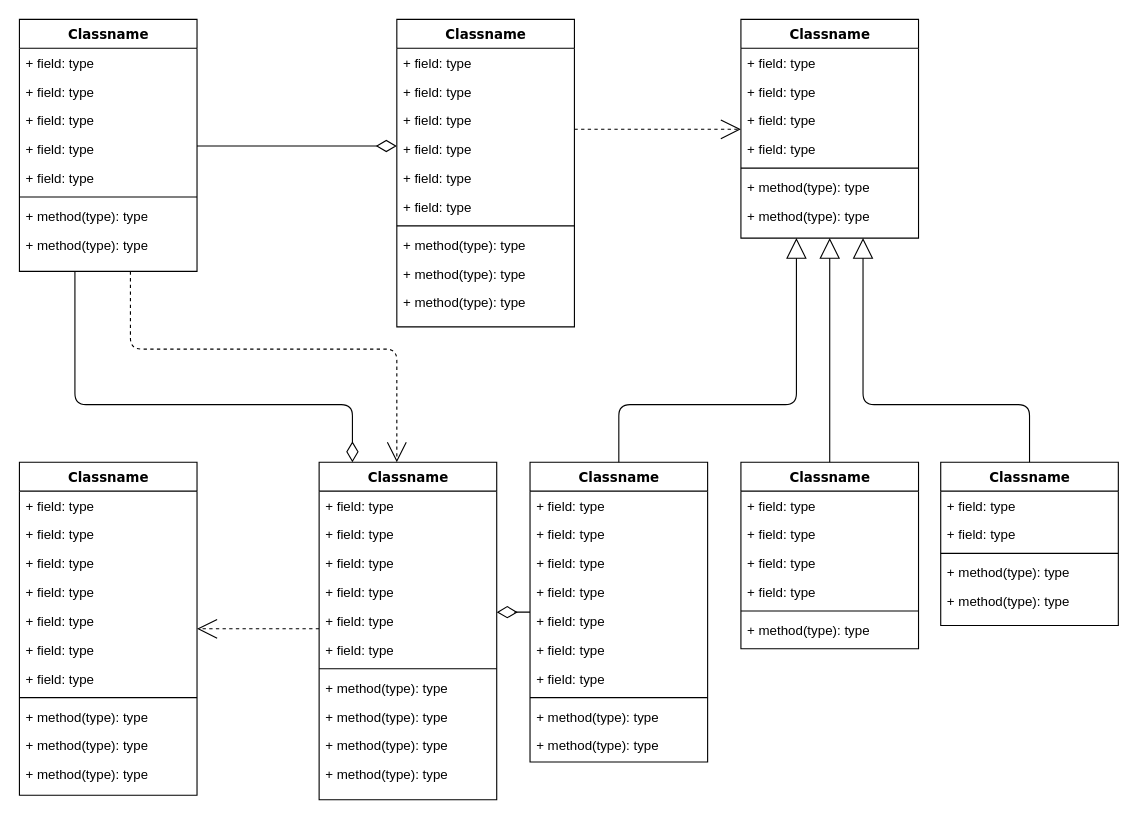
Above: MTLibrary.drawio in MTadder/MTLib-Moon (draw.io), before the change. Source tidied: cells renumbered, new cells numbered last; positions are measured from the earlier drawing's top-left corner, leaving out a move shared by most shapes. Both pictures are drawn from the tidied source at 111%, with x=0, y=0 at pixel (19, 19).
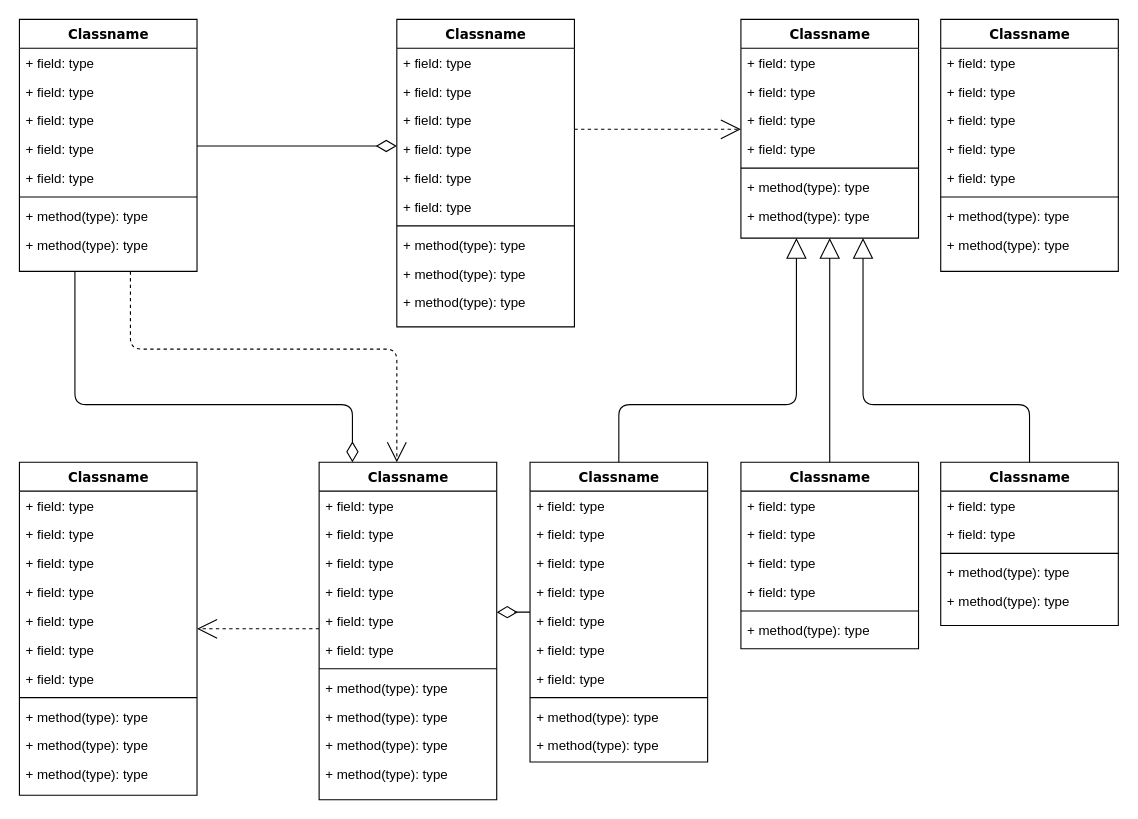
The same diagram, later.

Diff of the diagram source:
```diff
@@
+    <mxCell id="87" value="Classname" style="swimlane;html=1;fontStyle=1;align=center;verticalAlign=top;horizontal=1;startSize=26;swimlaneFillColor=#ffffff;rounded=0;shadow=0;comic=0;labelBackgroundColor=none;strokeWidth=1;fillColor=none;fontFamily=Verdana;fontSize=12;" parent="1" vertex="1">
+      <mxGeometry x="830" width="160" height="227" as="geometry" />
+    </mxCell>
+    <mxCell id="88" value="+ field: type" style="text;html=1;strokeColor=none;fillColor=none;align=left;verticalAlign=top;spacingLeft=4;spacingRight=4;whiteSpace=wrap;overflow=hidden;" parent="87" vertex="1">
+      <mxGeometry y="26" width="160" height="26" as="geometry" />
+    </mxCell>
+    <mxCell id="89" value="+ field: type" style="text;html=1;strokeColor=none;fillColor=none;align=left;verticalAlign=top;spacingLeft=4;spacingRight=4;whiteSpace=wrap;overflow=hidden;" parent="87" vertex="1">
+      <mxGeometry y="52" width="160" height="26" as="geometry" />
+    </mxCell>
+    <mxCell id="90" value="+ field: type" style="text;html=1;strokeColor=none;fillColor=none;align=left;verticalAlign=top;spacingLeft=4;spacingRight=4;whiteSpace=wrap;overflow=hidden;" parent="87" vertex="1">
+      <mxGeometry y="78" width="160" height="26" as="geometry" />
+    </mxCell>
+    <mxCell id="91" value="+ field: type" style="text;html=1;strokeColor=none;fillColor=none;align=left;verticalAlign=top;spacingLeft=4;spacingRight=4;whiteSpace=wrap;overflow=hidden;" parent="87" vertex="1">
+      <mxGeometry y="104" width="160" height="26" as="geometry" />
+    </mxCell>
+    <mxCell id="92" value="+ field: type" style="text;html=1;strokeColor=none;fillColor=none;align=left;verticalAlign=top;spacingLeft=4;spacingRight=4;whiteSpace=wrap;overflow=hidden;" parent="87" vertex="1">
+      <mxGeometry y="130" width="160" height="26" as="geometry" />
+    </mxCell>
+    <mxCell id="93" style="line;html=1;strokeWidth=1;fillColor=none;align=left;verticalAlign=middle;spacingTop=-1;spacingLeft=3;spacingRight=3;labelPosition=right;" parent="87" vertex="1">
+      <mxGeometry y="156" width="160" height="8" as="geometry" />
+    </mxCell>
+    <mxCell id="94" value="+ method(type): type" style="text;html=1;strokeColor=none;fillColor=none;align=left;verticalAlign=top;spacingLeft=4;spacingRight=4;whiteSpace=wrap;overflow=hidden;" parent="87" vertex="1">
+      <mxGeometry y="164" width="160" height="26" as="geometry" />
+    </mxCell>
+    <mxCell id="95" value="+ method(type): type" style="text;html=1;strokeColor=none;fillColor=none;align=left;verticalAlign=top;spacingLeft=4;spacingRight=4;whiteSpace=wrap;overflow=hidden;" parent="87" vertex="1">
+      <mxGeometry y="190" width="160" height="26" as="geometry" />
+    </mxCell>
```
